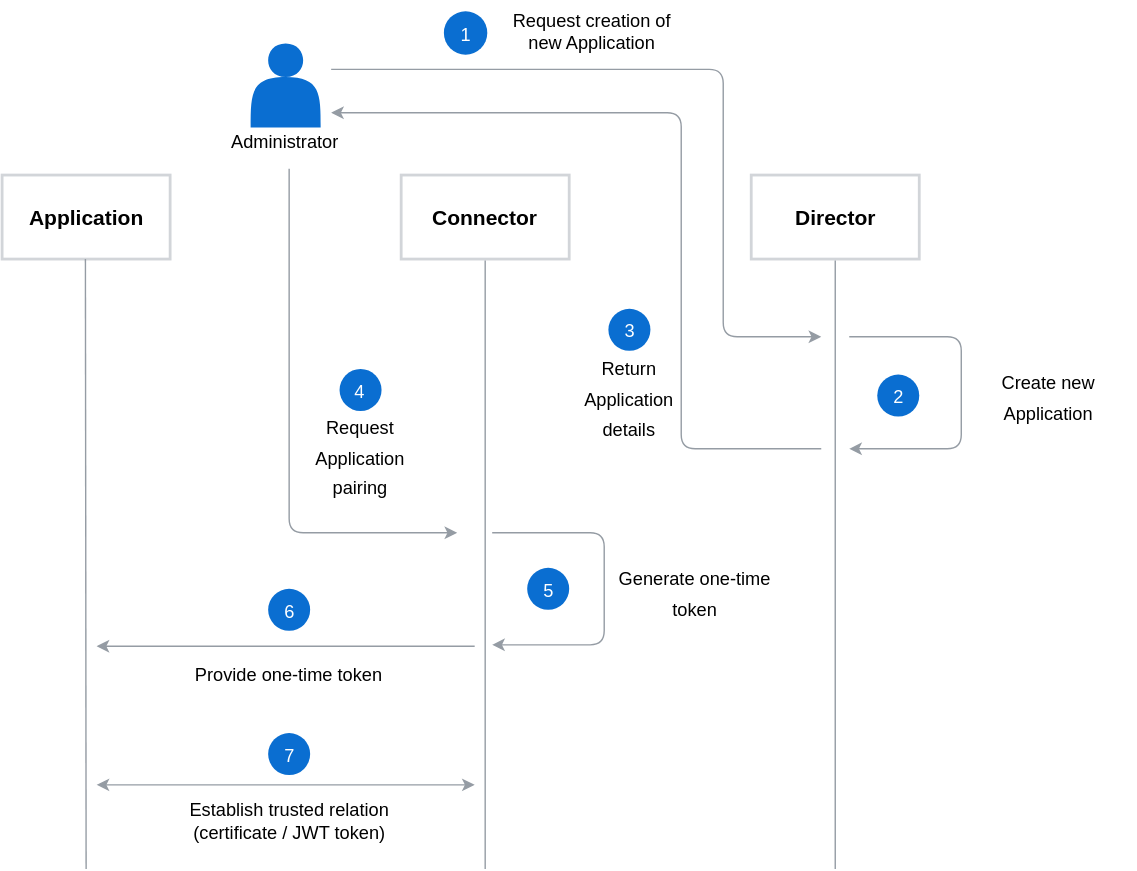
Before: docs/compass/assets/app-pairing.svg, a diagram exported from draw.io (kyma-incubator/compass). Source tidied: cells renumbered, new cells last; positions are measured from the earlier drawing's top-left corner, leaving out a move shared by most shapes.
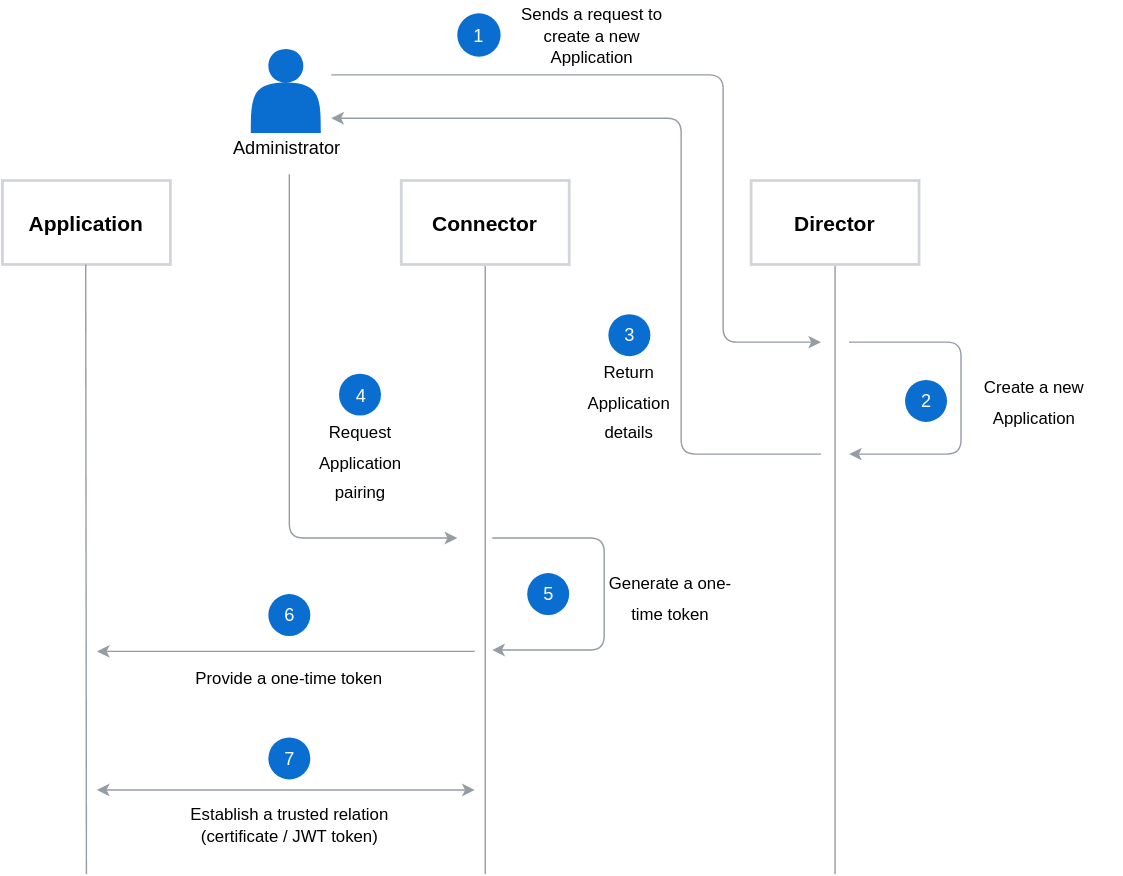
After the commit.

Diff of the diagram source:
```diff
@@ -36,11 +36,11 @@
         </Array>
       </mxGeometry>
     </mxCell>
-    <mxCell id="9" value="Request creation of new Application" style="text;html=1;strokeColor=none;fillColor=none;align=center;verticalAlign=middle;whiteSpace=wrap;rounded=0;fontFamily=Helvetica;fontSize=13;fontColor=#000000;" parent="1" vertex="1">
+    <mxCell id="9" value="&lt;font style=&quot;font-size: 12px&quot;&gt;Sends a request to create a new Application&lt;/font&gt;" style="text;html=1;strokeColor=none;fillColor=none;align=center;verticalAlign=middle;whiteSpace=wrap;rounded=0;fontFamily=Helvetica;fontSize=13;fontColor=#000000;" parent="1" vertex="1">
       <mxGeometry x="364" y="3.5" width="115" height="20" as="geometry" />
     </mxCell>
     <mxCell id="10" value="&lt;h3&gt;&lt;font color=&quot;#ffffff&quot; style=&quot;font-weight: normal ; font-size: 13px&quot;&gt;1&lt;/font&gt;&lt;/h3&gt;" style="ellipse;whiteSpace=wrap;html=1;rounded=0;shadow=0;glass=0;comic=0;labelBackgroundColor=none;strokeColor=none;strokeWidth=1;fillColor=#0A6ED1;gradientColor=none;fontSize=13;fontColor=none;align=center;verticalAlign=middle;" parent="1" vertex="1">
-      <mxGeometry x="315" width="31" height="31" as="geometry" />
+      <mxGeometry x="325" y="-2" width="31" height="31" as="geometry" />
     </mxCell>
     <mxCell id="11" style="endArrow=classic;html=1;labelBackgroundColor=none;strokeColor=#959CA4;strokeWidth=1;fillColor=#000000;fontFamily=Helvetica;fontSize=18;fontColor=#000000;" parent="1" edge="1">
       <mxGeometry relative="1" as="geometry">
@@ -52,8 +52,8 @@
         </Array>
       </mxGeometry>
     </mxCell>
-    <mxCell id="12" value="&lt;span style=&quot;font-size: 13px&quot;&gt;Generate one-time token&lt;/span&gt;&lt;br&gt;" style="text;html=1;strokeColor=none;fillColor=none;align=center;verticalAlign=middle;whiteSpace=wrap;rounded=0;fontFamily=Helvetica;fontSize=18;fontColor=#000000;" parent="1" vertex="1">
-      <mxGeometry x="430" y="375" width="130" height="80" as="geometry" />
+    <mxCell id="12" value="&lt;font style=&quot;font-size: 12px&quot;&gt;Generate a one-time token&lt;/font&gt;" style="text;html=1;strokeColor=none;fillColor=none;align=center;verticalAlign=middle;whiteSpace=wrap;rounded=0;fontFamily=Helvetica;fontSize=18;fontColor=#000000;" parent="1" vertex="1">
+      <mxGeometry x="430" y="375" width="95" height="80" as="geometry" />
     </mxCell>
     <mxCell id="13" value="&lt;h3 style=&quot;text-align: center&quot;&gt;&lt;font style=&quot;font-weight: normal ; font-size: 13px&quot;&gt;5&lt;/font&gt;&lt;/h3&gt;" style="ellipse;html=1;rounded=0;shadow=0;glass=0;comic=0;labelBackgroundColor=none;strokeColor=none;strokeWidth=1;fillColor=#0A6ED1;gradientColor=none;fontSize=13;fontColor=#FFFFFF;align=center;verticalAlign=middle;horizontal=1;" parent="1" vertex="1">
       <mxGeometry x="375" y="398" width="30" height="30" as="geometry" />
@@ -64,7 +64,7 @@
         <mxPoint x="67.5" y="454" as="targetPoint" />
       </mxGeometry>
     </mxCell>
-    <mxCell id="15" value="Provide one-time token" style="text;html=1;strokeColor=none;fillColor=none;align=center;verticalAlign=middle;whiteSpace=wrap;rounded=0;fontFamily=Helvetica;fontSize=13;fontColor=#000000;" parent="1" vertex="1">
+    <mxCell id="15" value="&lt;font style=&quot;font-size: 12px&quot;&gt;Provide a one-time token&lt;/font&gt;" style="text;html=1;strokeColor=none;fillColor=none;align=center;verticalAlign=middle;whiteSpace=wrap;rounded=0;fontFamily=Helvetica;fontSize=13;fontColor=#000000;" parent="1" vertex="1">
       <mxGeometry x="115" y="463" width="180" height="20" as="geometry" />
     </mxCell>
     <mxCell id="16" value="&lt;h3 style=&quot;text-align: center&quot;&gt;&lt;font style=&quot;font-weight: normal ; font-size: 13px&quot;&gt;6&lt;/font&gt;&lt;/h3&gt;" style="ellipse;html=1;rounded=0;shadow=0;glass=0;comic=0;labelBackgroundColor=none;strokeColor=none;strokeWidth=1;fillColor=#0A6ED1;gradientColor=none;fontSize=13;fontColor=#FFFFFF;align=center;verticalAlign=middle;horizontal=1;" parent="1" vertex="1">
@@ -76,7 +76,7 @@
         <mxPoint x="337.5" y="553" as="targetPoint" />
       </mxGeometry>
     </mxCell>
-    <mxCell id="18" value="Establish trusted relation (certificate / JWT token)" style="text;html=1;strokeColor=none;fillColor=none;align=center;verticalAlign=middle;whiteSpace=wrap;rounded=0;fontFamily=Helvetica;fontSize=13;fontColor=#000000;" parent="1" vertex="1">
+    <mxCell id="18" value="&lt;font style=&quot;font-size: 12px&quot;&gt;Establish a trusted relation (certificate / JWT token)&lt;/font&gt;" style="text;html=1;strokeColor=none;fillColor=none;align=center;verticalAlign=middle;whiteSpace=wrap;rounded=0;fontFamily=Helvetica;fontSize=13;fontColor=#000000;" parent="1" vertex="1">
       <mxGeometry x="107.5" y="568" width="195" height="20" as="geometry" />
     </mxCell>
     <mxCell id="19" value="&lt;h3 style=&quot;text-align: center&quot;&gt;&lt;font style=&quot;font-weight: normal ; font-size: 13px&quot;&gt;7&lt;/font&gt;&lt;/h3&gt;" style="ellipse;html=1;rounded=0;shadow=0;glass=0;comic=0;labelBackgroundColor=none;strokeColor=none;strokeWidth=1;fillColor=#0A6ED1;gradientColor=none;fontSize=13;fontColor=#FFFFFF;align=center;verticalAlign=middle;horizontal=1;" parent="1" vertex="1">
@@ -101,11 +101,11 @@
         </Array>
       </mxGeometry>
     </mxCell>
-    <mxCell id="23" value="&lt;span style=&quot;font-size: 13px&quot;&gt;Create new Application&lt;/span&gt;&lt;br&gt;" style="text;html=1;strokeColor=none;fillColor=none;align=center;verticalAlign=middle;whiteSpace=wrap;rounded=0;fontFamily=Helvetica;fontSize=18;fontColor=#000000;" parent="1" vertex="1">
-      <mxGeometry x="685" y="235" width="125" height="80" as="geometry" />
+    <mxCell id="23" value="&lt;font style=&quot;font-size: 12px&quot;&gt;Create a new Application&lt;/font&gt;" style="text;html=1;strokeColor=none;fillColor=none;align=center;verticalAlign=middle;whiteSpace=wrap;rounded=0;fontFamily=Helvetica;fontSize=18;fontColor=#000000;" parent="1" vertex="1">
+      <mxGeometry x="675" y="235" width="125" height="80" as="geometry" />
     </mxCell>
     <mxCell id="24" value="&lt;h3 style=&quot;text-align: center&quot;&gt;&lt;font style=&quot;font-weight: normal ; font-size: 13px&quot;&gt;2&lt;/font&gt;&lt;/h3&gt;" style="ellipse;html=1;rounded=0;shadow=0;glass=0;comic=0;labelBackgroundColor=none;strokeColor=none;strokeWidth=1;fillColor=#0A6ED1;gradientColor=none;fontSize=13;fontColor=#FFFFFF;align=center;verticalAlign=middle;horizontal=1;" parent="1" vertex="1">
-      <mxGeometry x="625" y="260" width="30" height="30" as="geometry" />
+      <mxGeometry x="645" y="260" width="30" height="30" as="geometry" />
     </mxCell>
     <mxCell id="25" style="endArrow=classic;html=1;labelBackgroundColor=none;strokeColor=#959CA4;strokeWidth=1;fillColor=#000000;fontFamily=Helvetica;fontSize=18;fontColor=#000000;" parent="1" edge="1">
       <mxGeometry relative="1" as="geometry">
@@ -117,7 +117,7 @@
         </Array>
       </mxGeometry>
     </mxCell>
-    <mxCell id="26" value="&lt;span style=&quot;font-size: 13px&quot;&gt;Return Application details&lt;/span&gt;&lt;br&gt;" style="text;html=1;strokeColor=none;fillColor=none;align=center;verticalAlign=middle;whiteSpace=wrap;rounded=0;fontFamily=Helvetica;fontSize=18;fontColor=#000000;" parent="1" vertex="1">
+    <mxCell id="26" value="&lt;font style=&quot;font-size: 12px&quot;&gt;Return Application details&lt;/font&gt;" style="text;html=1;strokeColor=none;fillColor=none;align=center;verticalAlign=middle;whiteSpace=wrap;rounded=0;fontFamily=Helvetica;fontSize=18;fontColor=#000000;" parent="1" vertex="1">
       <mxGeometry x="401" y="235" width="94" height="80" as="geometry" />
     </mxCell>
     <mxCell id="27" value="&lt;h3 style=&quot;text-align: center&quot;&gt;&lt;font style=&quot;font-weight: normal ; font-size: 13px&quot;&gt;3&lt;/font&gt;&lt;/h3&gt;" style="ellipse;html=1;rounded=0;shadow=0;glass=0;comic=0;labelBackgroundColor=none;strokeColor=none;strokeWidth=1;fillColor=#0A6ED1;gradientColor=none;fontSize=13;fontColor=#FFFFFF;align=center;verticalAlign=middle;horizontal=1;" parent="1" vertex="1">
@@ -132,7 +132,7 @@
         </Array>
       </mxGeometry>
     </mxCell>
-    <mxCell id="29" value="&lt;span style=&quot;font-size: 13px&quot;&gt;Request Application pairing&lt;/span&gt;&lt;br&gt;" style="text;html=1;strokeColor=none;fillColor=none;align=center;verticalAlign=middle;whiteSpace=wrap;rounded=0;fontFamily=Helvetica;fontSize=18;fontColor=#000000;" parent="1" vertex="1">
+    <mxCell id="29" value="&lt;font style=&quot;font-size: 12px&quot;&gt;Request Application pairing&lt;/font&gt;" style="text;html=1;strokeColor=none;fillColor=none;align=center;verticalAlign=middle;whiteSpace=wrap;rounded=0;fontFamily=Helvetica;fontSize=18;fontColor=#000000;" parent="1" vertex="1">
       <mxGeometry x="208.5" y="277.5" width="94" height="80" as="geometry" />
     </mxCell>
     <mxCell id="30" value="&lt;h3 style=&quot;text-align: center&quot;&gt;&lt;font style=&quot;font-weight: normal ; font-size: 13px&quot;&gt;4&lt;/font&gt;&lt;/h3&gt;" style="ellipse;html=1;rounded=0;shadow=0;glass=0;comic=0;labelBackgroundColor=none;strokeColor=none;strokeWidth=1;fillColor=#0A6ED1;gradientColor=none;fontSize=13;fontColor=#FFFFFF;align=center;verticalAlign=middle;horizontal=1;" parent="1" vertex="1">
```
